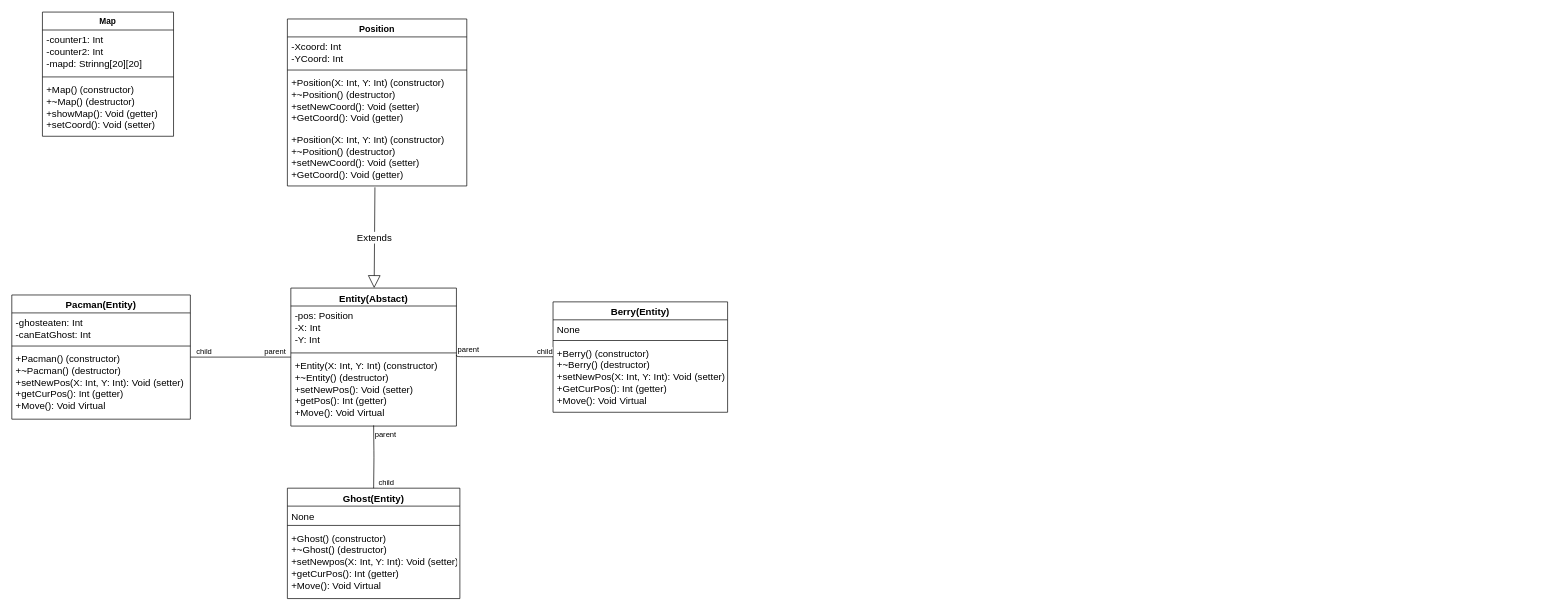
Earlier version of the draw.io diagram pacman/diagram/Erd for pacman c++.drawio (Cyrof/C---project). Source tidied: cells renumbered, new cells numbered last; positions are measured from the earlier drawing's top-left corner, leaving out a move shared by most shapes. Both pictures are drawn from the tidied source at 69%, with x=0, y=0 at pixel (12, 12).
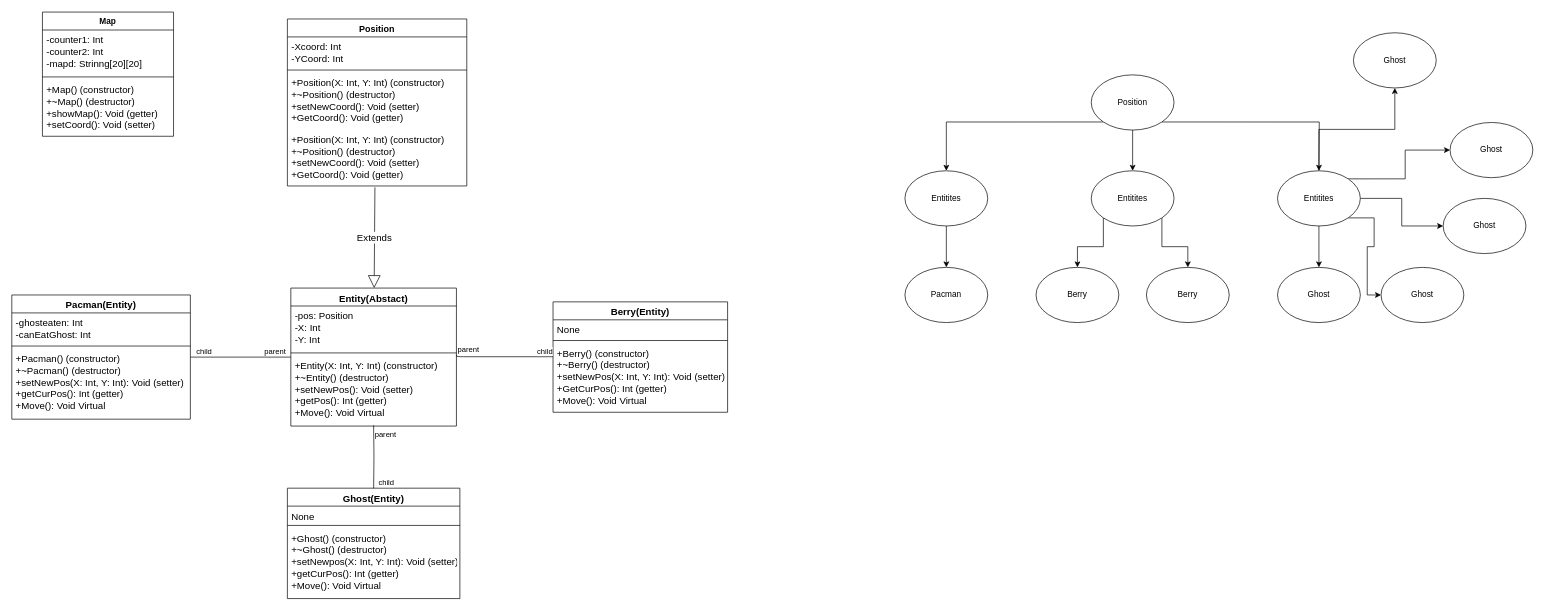
The same page after the edit.

Diff of the diagram source:
```diff
@@
+    <mxCell id="37" style="edgeStyle=orthogonalEdgeStyle;rounded=0;jettySize=auto;html=1;exitX=0.5;exitY=1;exitDx=0;exitDy=0;" parent="1" edge="1" source="40" target="45">
+      <mxGeometry relative="1" as="geometry" />
+    </mxCell>
+    <mxCell id="38" style="edgeStyle=orthogonalEdgeStyle;rounded=0;jettySize=auto;html=1;exitX=0;exitY=1;exitDx=0;exitDy=0;entryX=0.5;entryY=0;entryDx=0;entryDy=0;" parent="1" edge="1" source="40" target="42">
+      <mxGeometry relative="1" as="geometry" />
+    </mxCell>
+    <mxCell id="39" style="edgeStyle=orthogonalEdgeStyle;rounded=0;jettySize=auto;html=1;exitX=1;exitY=1;exitDx=0;exitDy=0;" parent="1" edge="1" source="40">
+      <mxGeometry relative="1" as="geometry">
+        <mxPoint x="1894" y="230" as="targetPoint" />
+      </mxGeometry>
+    </mxCell>
+    <mxCell id="40" value="Position&lt;br&gt;" style="ellipse;whiteSpace=wrap;html=1;" parent="1" vertex="1">
+      <mxGeometry x="1564" y="91" width="120" height="80" as="geometry" />
+    </mxCell>
+    <mxCell id="41" style="edgeStyle=orthogonalEdgeStyle;rounded=0;jettySize=auto;html=1;exitX=0.5;exitY=1;exitDx=0;exitDy=0;" parent="1" edge="1" source="42" target="52">
+      <mxGeometry relative="1" as="geometry" />
+    </mxCell>
+    <mxCell id="42" value="Entitites" style="ellipse;whiteSpace=wrap;html=1;" parent="1" vertex="1">
+      <mxGeometry x="1294" y="230" width="120" height="80" as="geometry" />
+    </mxCell>
+    <mxCell id="43" style="edgeStyle=orthogonalEdgeStyle;rounded=0;jettySize=auto;html=1;exitX=0;exitY=1;exitDx=0;exitDy=0;" parent="1" edge="1" source="45" target="53">
+      <mxGeometry relative="1" as="geometry" />
+    </mxCell>
+    <mxCell id="44" style="edgeStyle=orthogonalEdgeStyle;rounded=0;jettySize=auto;html=1;exitX=1;exitY=1;exitDx=0;exitDy=0;" parent="1" edge="1" source="45" target="54">
+      <mxGeometry relative="1" as="geometry" />
+    </mxCell>
+    <mxCell id="45" value="Entitites" style="ellipse;whiteSpace=wrap;html=1;" parent="1" vertex="1">
+      <mxGeometry x="1564" y="230" width="120" height="80" as="geometry" />
+    </mxCell>
+    <mxCell id="46" style="edgeStyle=orthogonalEdgeStyle;rounded=0;jettySize=auto;html=1;exitX=0.5;exitY=1;exitDx=0;exitDy=0;entryX=0.5;entryY=0;entryDx=0;entryDy=0;" parent="1" edge="1" source="51" target="59">
+      <mxGeometry relative="1" as="geometry" />
+    </mxCell>
+    <mxCell id="47" style="edgeStyle=orthogonalEdgeStyle;rounded=0;jettySize=auto;html=1;exitX=1;exitY=1;exitDx=0;exitDy=0;entryX=0;entryY=0.5;entryDx=0;entryDy=0;" parent="1" edge="1" source="51" target="58">
+      <mxGeometry relative="1" as="geometry" />
+    </mxCell>
+    <mxCell id="48" style="edgeStyle=orthogonalEdgeStyle;rounded=0;jettySize=auto;html=1;exitX=1;exitY=0.5;exitDx=0;exitDy=0;" parent="1" edge="1" source="51" target="57">
+      <mxGeometry relative="1" as="geometry" />
+    </mxCell>
+    <mxCell id="49" style="edgeStyle=orthogonalEdgeStyle;rounded=0;jettySize=auto;html=1;exitX=1;exitY=0;exitDx=0;exitDy=0;entryX=0;entryY=0.5;entryDx=0;entryDy=0;" parent="1" edge="1" source="51" target="56">
+      <mxGeometry relative="1" as="geometry" />
+    </mxCell>
+    <mxCell id="50" style="edgeStyle=orthogonalEdgeStyle;rounded=0;jettySize=auto;html=1;exitX=0.5;exitY=0;exitDx=0;exitDy=0;entryX=0.5;entryY=1;entryDx=0;entryDy=0;" parent="1" edge="1" source="51" target="55">
+      <mxGeometry relative="1" as="geometry" />
+    </mxCell>
+    <mxCell id="51" value="Entitites" style="ellipse;whiteSpace=wrap;html=1;" parent="1" vertex="1">
+      <mxGeometry x="1834" y="230" width="120" height="80" as="geometry" />
+    </mxCell>
+    <mxCell id="52" value="Pacman" style="ellipse;whiteSpace=wrap;html=1;" parent="1" vertex="1">
+      <mxGeometry x="1294" y="370" width="120" height="80" as="geometry" />
+    </mxCell>
+    <mxCell id="53" value="Berry" style="ellipse;whiteSpace=wrap;html=1;" parent="1" vertex="1">
+      <mxGeometry x="1484" y="370" width="120" height="80" as="geometry" />
+    </mxCell>
+    <mxCell id="54" value="Berry" style="ellipse;whiteSpace=wrap;html=1;" parent="1" vertex="1">
+      <mxGeometry x="1644" y="370" width="120" height="80" as="geometry" />
+    </mxCell>
+    <mxCell id="55" value="Ghost" style="ellipse;whiteSpace=wrap;html=1;" parent="1" vertex="1">
+      <mxGeometry x="1944" y="30" width="120" height="80" as="geometry" />
+    </mxCell>
+    <mxCell id="56" value="Ghost" style="ellipse;whiteSpace=wrap;html=1;" parent="1" vertex="1">
+      <mxGeometry x="2084" y="160" width="120" height="80" as="geometry" />
+    </mxCell>
+    <mxCell id="57" value="Ghost" style="ellipse;whiteSpace=wrap;html=1;" parent="1" vertex="1">
+      <mxGeometry x="2074" y="270" width="120" height="80" as="geometry" />
+    </mxCell>
+    <mxCell id="58" value="Ghost" style="ellipse;whiteSpace=wrap;html=1;" parent="1" vertex="1">
+      <mxGeometry x="1984" y="370" width="120" height="80" as="geometry" />
+    </mxCell>
+    <mxCell id="59" value="Ghost" style="ellipse;whiteSpace=wrap;html=1;" parent="1" vertex="1">
+      <mxGeometry x="1834" y="370" width="120" height="80" as="geometry" />
+    </mxCell>
```
